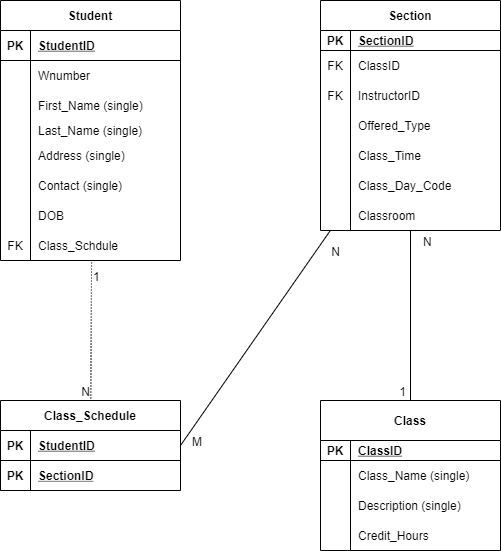
Before: Mod3/A3_alex_field_phy_des.png, a diagram exported from draw.io (alexfield55/cs3550). Source tidied: cells renumbered, new cells last; positions are measured from the earlier drawing's top-left corner, leaving out a move shared by most shapes.
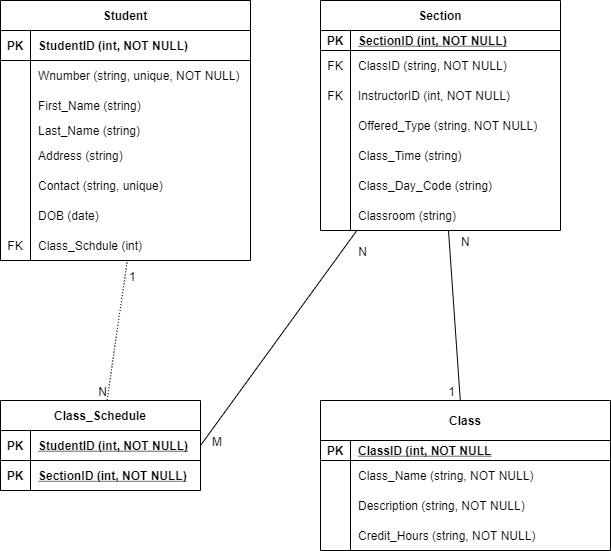
After the change.

The edit, as a diff of the source:
```diff
@@ -3,205 +3,205 @@
     <mxCell id="0" />
     <mxCell id="1" parent="0" />
     <mxCell id="2" value="Student" style="shape=table;startSize=30;rowLines=0;fontStyle=1;align=center;" parent="1" vertex="1">
-      <mxGeometry width="180" height="260" as="geometry" />
+      <mxGeometry width="250" height="260" as="geometry" />
     </mxCell>
     <mxCell id="3" style="shape=partialRectangle;fillColor=none;top=0;left=0;bottom=1;right=0;" parent="2" vertex="1">
-      <mxGeometry y="30" width="180" height="30" as="geometry" />
+      <mxGeometry y="30" width="250" height="30" as="geometry" />
     </mxCell>
     <mxCell id="4" value="PK" style="shape=partialRectangle;fillColor=none;top=0;left=0;bottom=0;right=0;fontStyle=1;overflow=hidden;" parent="3" vertex="1">
       <mxGeometry width="30" height="30" as="geometry" />
     </mxCell>
-    <mxCell id="5" value="StudentID" style="shape=partialRectangle;fillColor=none;top=0;left=0;bottom=0;right=0;align=left;spacingLeft=6;fontStyle=5;overflow=hidden;" parent="3" vertex="1">
-      <mxGeometry x="30" width="150" height="30" as="geometry" />
+    <mxCell id="5" value="StudentID (int, NOT NULL)" style="shape=partialRectangle;fillColor=none;top=0;left=0;bottom=0;right=0;align=left;spacingLeft=6;fontStyle=1;overflow=hidden;" parent="3" vertex="1">
+      <mxGeometry x="30" width="220" height="30" as="geometry" />
     </mxCell>
     <mxCell id="6" style="shape=partialRectangle;fillColor=none;top=0;left=0;bottom=0;right=0;" parent="2" vertex="1">
-      <mxGeometry y="60" width="180" height="30" as="geometry" />
+      <mxGeometry y="60" width="250" height="30" as="geometry" />
     </mxCell>
     <mxCell id="7" style="shape=partialRectangle;fillColor=none;top=0;left=0;bottom=0;right=0;overflow=hidden;" parent="6" vertex="1">
       <mxGeometry width="30" height="30" as="geometry" />
     </mxCell>
-    <mxCell id="8" value="Wnumber" style="shape=partialRectangle;fillColor=none;top=0;left=0;bottom=0;right=0;align=left;spacingLeft=6;overflow=hidden;" parent="6" vertex="1">
-      <mxGeometry x="30" width="150" height="30" as="geometry" />
+    <mxCell id="8" value="Wnumber (string, unique, NOT NULL)" style="shape=partialRectangle;fillColor=none;top=0;left=0;bottom=0;right=0;align=left;spacingLeft=6;overflow=hidden;" parent="6" vertex="1">
+      <mxGeometry x="30" width="220" height="30" as="geometry" />
     </mxCell>
     <mxCell id="9" style="shape=partialRectangle;fillColor=none;top=0;left=0;bottom=0;right=0;" parent="2" vertex="1">
-      <mxGeometry y="90" width="180" height="30" as="geometry" />
+      <mxGeometry y="90" width="250" height="30" as="geometry" />
     </mxCell>
     <mxCell id="10" style="shape=partialRectangle;fillColor=none;top=0;left=0;bottom=0;right=0;overflow=hidden;" parent="9" vertex="1">
       <mxGeometry width="30" height="30" as="geometry" />
     </mxCell>
-    <mxCell id="11" value="First_Name (single)" style="shape=partialRectangle;fillColor=none;top=0;left=0;bottom=0;right=0;align=left;spacingLeft=6;overflow=hidden;" parent="9" vertex="1">
-      <mxGeometry x="30" width="150" height="30" as="geometry" />
+    <mxCell id="11" value="First_Name (string)" style="shape=partialRectangle;fillColor=none;top=0;left=0;bottom=0;right=0;align=left;spacingLeft=6;overflow=hidden;" parent="9" vertex="1">
+      <mxGeometry x="30" width="220" height="30" as="geometry" />
     </mxCell>
     <mxCell id="12" style="shape=partialRectangle;fillColor=none;top=0;left=0;bottom=0;right=0;" parent="2" vertex="1">
-      <mxGeometry y="120" width="180" height="20" as="geometry" />
+      <mxGeometry y="120" width="250" height="20" as="geometry" />
     </mxCell>
     <mxCell id="13" style="shape=partialRectangle;fillColor=none;top=0;left=0;bottom=0;right=0;overflow=hidden;" parent="12" vertex="1">
       <mxGeometry width="30" height="20" as="geometry" />
     </mxCell>
-    <mxCell id="14" value="Last_Name (single)" style="shape=partialRectangle;fillColor=none;top=0;left=0;bottom=0;right=0;align=left;spacingLeft=6;overflow=hidden;" parent="12" vertex="1">
-      <mxGeometry x="30" width="150" height="20" as="geometry" />
+    <mxCell id="14" value="Last_Name (string)" style="shape=partialRectangle;fillColor=none;top=0;left=0;bottom=0;right=0;align=left;spacingLeft=6;overflow=hidden;" parent="12" vertex="1">
+      <mxGeometry x="30" width="220" height="20" as="geometry" />
     </mxCell>
     <mxCell id="15" style="shape=partialRectangle;fillColor=none;top=0;left=0;bottom=0;right=0;" parent="2" vertex="1">
-      <mxGeometry y="140" width="180" height="30" as="geometry" />
+      <mxGeometry y="140" width="250" height="30" as="geometry" />
     </mxCell>
     <mxCell id="16" style="shape=partialRectangle;fillColor=none;top=0;left=0;bottom=0;right=0;overflow=hidden;" parent="15" vertex="1">
       <mxGeometry width="30" height="30" as="geometry" />
     </mxCell>
-    <mxCell id="17" value="Address (single)" style="shape=partialRectangle;fillColor=none;top=0;left=0;bottom=0;right=0;align=left;spacingLeft=6;overflow=hidden;" parent="15" vertex="1">
-      <mxGeometry x="30" width="150" height="30" as="geometry" />
+    <mxCell id="17" value="Address (string)" style="shape=partialRectangle;fillColor=none;top=0;left=0;bottom=0;right=0;align=left;spacingLeft=6;overflow=hidden;" parent="15" vertex="1">
+      <mxGeometry x="30" width="220" height="30" as="geometry" />
     </mxCell>
     <mxCell id="18" style="shape=partialRectangle;fillColor=none;top=0;left=0;bottom=0;right=0;" parent="2" vertex="1">
-      <mxGeometry y="170" width="180" height="30" as="geometry" />
+      <mxGeometry y="170" width="250" height="30" as="geometry" />
     </mxCell>
     <mxCell id="19" style="shape=partialRectangle;fillColor=none;top=0;left=0;bottom=0;right=0;overflow=hidden;" parent="18" vertex="1">
       <mxGeometry width="30" height="30" as="geometry" />
     </mxCell>
-    <mxCell id="20" value="Contact (single)" style="shape=partialRectangle;fillColor=none;top=0;left=0;bottom=0;right=0;align=left;spacingLeft=6;overflow=hidden;" parent="18" vertex="1">
-      <mxGeometry x="30" width="150" height="30" as="geometry" />
+    <mxCell id="20" value="Contact (string, unique)" style="shape=partialRectangle;fillColor=none;top=0;left=0;bottom=0;right=0;align=left;spacingLeft=6;overflow=hidden;" parent="18" vertex="1">
+      <mxGeometry x="30" width="220" height="30" as="geometry" />
     </mxCell>
     <mxCell id="21" style="shape=partialRectangle;fillColor=none;top=0;left=0;bottom=0;right=0;" parent="2" vertex="1">
-      <mxGeometry y="200" width="180" height="30" as="geometry" />
+      <mxGeometry y="200" width="250" height="30" as="geometry" />
     </mxCell>
     <mxCell id="22" style="shape=partialRectangle;fillColor=none;top=0;left=0;bottom=0;right=0;overflow=hidden;" parent="21" vertex="1">
       <mxGeometry width="30" height="30" as="geometry" />
     </mxCell>
-    <mxCell id="23" value="DOB" style="shape=partialRectangle;fillColor=none;top=0;left=0;bottom=0;right=0;align=left;spacingLeft=6;overflow=hidden;" parent="21" vertex="1">
-      <mxGeometry x="30" width="150" height="30" as="geometry" />
+    <mxCell id="23" value="DOB (date)" style="shape=partialRectangle;fillColor=none;top=0;left=0;bottom=0;right=0;align=left;spacingLeft=6;overflow=hidden;" parent="21" vertex="1">
+      <mxGeometry x="30" width="220" height="30" as="geometry" />
     </mxCell>
     <mxCell id="24" style="shape=partialRectangle;fillColor=none;top=0;left=0;bottom=0;right=0;points=[[0,0.5],[1,0.5]];portConstraint=eastwest;" parent="2" vertex="1">
-      <mxGeometry y="230" width="180" height="30" as="geometry" />
+      <mxGeometry y="230" width="250" height="30" as="geometry" />
     </mxCell>
     <mxCell id="25" value="FK" style="shape=partialRectangle;fillColor=none;top=0;left=0;bottom=0;right=0;fontStyle=0;overflow=hidden;" parent="24" vertex="1">
       <mxGeometry width="30" height="30" as="geometry" />
     </mxCell>
-    <mxCell id="26" value="Class_Schdule" style="shape=partialRectangle;fillColor=none;top=0;left=0;bottom=0;right=0;align=left;spacingLeft=6;fontStyle=0;overflow=hidden;" parent="24" vertex="1">
-      <mxGeometry x="30" width="150" height="30" as="geometry" />
+    <mxCell id="26" value="Class_Schdule (int)" style="shape=partialRectangle;fillColor=none;top=0;left=0;bottom=0;right=0;align=left;spacingLeft=6;fontStyle=0;overflow=hidden;" parent="24" vertex="1">
+      <mxGeometry x="30" width="220" height="30" as="geometry" />
     </mxCell>
     <mxCell id="27" value="Class" style="shape=table;startSize=40;rowLines=0;fontStyle=1;align=center;" parent="1" vertex="1">
-      <mxGeometry x="320" y="400" width="180" height="150" as="geometry" />
+      <mxGeometry x="320" y="400" width="290" height="150" as="geometry" />
     </mxCell>
     <mxCell id="28" style="shape=partialRectangle;fillColor=none;top=0;left=0;bottom=1;right=0;" parent="27" vertex="1">
-      <mxGeometry y="40" width="180" height="20" as="geometry" />
+      <mxGeometry y="40" width="290" height="20" as="geometry" />
     </mxCell>
     <mxCell id="29" value="PK" style="shape=partialRectangle;fillColor=none;top=0;left=0;bottom=0;right=0;fontStyle=1;overflow=hidden;" parent="28" vertex="1">
       <mxGeometry width="30" height="20" as="geometry" />
     </mxCell>
-    <mxCell id="30" value="ClassID" style="shape=partialRectangle;fillColor=none;top=0;left=0;bottom=0;right=0;align=left;spacingLeft=6;fontStyle=5;overflow=hidden;" parent="28" vertex="1">
-      <mxGeometry x="30" width="150" height="20" as="geometry" />
+    <mxCell id="30" value="ClassID (int, NOT NULL" style="shape=partialRectangle;fillColor=none;top=0;left=0;bottom=0;right=0;align=left;spacingLeft=6;fontStyle=5;overflow=hidden;" parent="28" vertex="1">
+      <mxGeometry x="30" width="260" height="20" as="geometry" />
     </mxCell>
     <mxCell id="31" style="shape=partialRectangle;fillColor=none;top=0;left=0;bottom=0;right=0;" parent="27" vertex="1">
-      <mxGeometry y="60" width="180" height="30" as="geometry" />
+      <mxGeometry y="60" width="290" height="30" as="geometry" />
     </mxCell>
     <mxCell id="32" style="shape=partialRectangle;fillColor=none;top=0;left=0;bottom=0;right=0;overflow=hidden;" parent="31" vertex="1">
       <mxGeometry width="30" height="30" as="geometry" />
     </mxCell>
-    <mxCell id="33" value="Class_Name (single)" style="shape=partialRectangle;fillColor=none;top=0;left=0;bottom=0;right=0;align=left;spacingLeft=6;overflow=hidden;" parent="31" vertex="1">
-      <mxGeometry x="30" width="150" height="30" as="geometry" />
+    <mxCell id="33" value="Class_Name (string, NOT NULL)" style="shape=partialRectangle;fillColor=none;top=0;left=0;bottom=0;right=0;align=left;spacingLeft=6;overflow=hidden;" parent="31" vertex="1">
+      <mxGeometry x="30" width="260" height="30" as="geometry" />
     </mxCell>
     <mxCell id="34" style="shape=partialRectangle;fillColor=none;top=0;left=0;bottom=0;right=0;" parent="27" vertex="1">
-      <mxGeometry y="90" width="180" height="30" as="geometry" />
+      <mxGeometry y="90" width="290" height="30" as="geometry" />
     </mxCell>
     <mxCell id="35" style="shape=partialRectangle;fillColor=none;top=0;left=0;bottom=0;right=0;overflow=hidden;" parent="34" vertex="1">
       <mxGeometry width="30" height="30" as="geometry" />
     </mxCell>
-    <mxCell id="36" value="Description (single)" style="shape=partialRectangle;fillColor=none;top=0;left=0;bottom=0;right=0;align=left;spacingLeft=6;overflow=hidden;" parent="34" vertex="1">
-      <mxGeometry x="30" width="150" height="30" as="geometry" />
+    <mxCell id="36" value="Description (string, NOT NULL)" style="shape=partialRectangle;fillColor=none;top=0;left=0;bottom=0;right=0;align=left;spacingLeft=6;overflow=hidden;" parent="34" vertex="1">
+      <mxGeometry x="30" width="260" height="30" as="geometry" />
     </mxCell>
     <mxCell id="37" style="shape=partialRectangle;fillColor=none;top=0;left=0;bottom=0;right=0;" parent="27" vertex="1">
-      <mxGeometry y="120" width="180" height="30" as="geometry" />
+      <mxGeometry y="120" width="290" height="30" as="geometry" />
     </mxCell>
     <mxCell id="38" style="shape=partialRectangle;fillColor=none;top=0;left=0;bottom=0;right=0;overflow=hidden;" parent="37" vertex="1">
       <mxGeometry width="30" height="30" as="geometry" />
     </mxCell>
-    <mxCell id="39" value="Credit_Hours" style="shape=partialRectangle;fillColor=none;top=0;left=0;bottom=0;right=0;align=left;spacingLeft=6;overflow=hidden;" parent="37" vertex="1">
-      <mxGeometry x="30" width="150" height="30" as="geometry" />
+    <mxCell id="39" value="Credit_Hours (string, NOT NULL)" style="shape=partialRectangle;fillColor=none;top=0;left=0;bottom=0;right=0;align=left;spacingLeft=6;overflow=hidden;" parent="37" vertex="1">
+      <mxGeometry x="30" width="260" height="30" as="geometry" />
     </mxCell>
     <mxCell id="40" value="Section" style="shape=table;startSize=30;rowLines=0;fontStyle=1;align=center;" parent="1" vertex="1">
-      <mxGeometry x="320" width="180" height="230" as="geometry" />
+      <mxGeometry x="320" width="240" height="230" as="geometry" />
     </mxCell>
     <mxCell id="41" style="shape=partialRectangle;fillColor=none;top=0;left=0;bottom=1;right=0;" parent="40" vertex="1">
-      <mxGeometry y="30" width="180" height="20" as="geometry" />
+      <mxGeometry y="30" width="240" height="20" as="geometry" />
     </mxCell>
     <mxCell id="42" value="PK" style="shape=partialRectangle;fillColor=none;top=0;left=0;bottom=0;right=0;fontStyle=1;overflow=hidden;" parent="41" vertex="1">
       <mxGeometry width="30" height="20" as="geometry" />
     </mxCell>
-    <mxCell id="43" value="SectionID" style="shape=partialRectangle;fillColor=none;top=0;left=0;bottom=0;right=0;align=left;spacingLeft=6;fontStyle=5;overflow=hidden;" parent="41" vertex="1">
-      <mxGeometry x="30" width="150" height="20" as="geometry" />
+    <mxCell id="43" value="SectionID (int, NOT NULL)" style="shape=partialRectangle;fillColor=none;top=0;left=0;bottom=0;right=0;align=left;spacingLeft=6;fontStyle=5;overflow=hidden;" parent="41" vertex="1">
+      <mxGeometry x="30" width="210" height="20" as="geometry" />
     </mxCell>
     <mxCell id="44" style="shape=partialRectangle;fillColor=none;top=0;left=0;bottom=0;right=0;" parent="40" vertex="1">
-      <mxGeometry y="50" width="180" height="30" as="geometry" />
+      <mxGeometry y="50" width="240" height="30" as="geometry" />
     </mxCell>
     <mxCell id="45" value="FK" style="shape=partialRectangle;fillColor=none;top=0;left=0;bottom=0;right=0;fontStyle=0;overflow=hidden;" parent="44" vertex="1">
       <mxGeometry width="30" height="30" as="geometry" />
     </mxCell>
-    <mxCell id="46" value="ClassID" style="shape=partialRectangle;fillColor=none;top=0;left=0;bottom=0;right=0;align=left;spacingLeft=6;fontStyle=0;overflow=hidden;" parent="44" vertex="1">
-      <mxGeometry x="30" width="150" height="30" as="geometry" />
+    <mxCell id="46" value="ClassID (string, NOT NULL)" style="shape=partialRectangle;fillColor=none;top=0;left=0;bottom=0;right=0;align=left;spacingLeft=6;fontStyle=0;overflow=hidden;" parent="44" vertex="1">
+      <mxGeometry x="30" width="210" height="30" as="geometry" />
     </mxCell>
     <mxCell id="47" style="shape=partialRectangle;fillColor=none;top=0;left=0;bottom=0;right=0;" parent="40" vertex="1">
-      <mxGeometry y="80" width="180" height="30" as="geometry" />
+      <mxGeometry y="80" width="240" height="30" as="geometry" />
     </mxCell>
     <mxCell id="48" value="FK" style="shape=partialRectangle;fillColor=none;top=0;left=0;bottom=0;right=0;fontStyle=0;overflow=hidden;" parent="47" vertex="1">
       <mxGeometry width="30" height="30" as="geometry" />
     </mxCell>
-    <mxCell id="49" value="InstructorID" style="shape=partialRectangle;fillColor=none;top=0;left=0;bottom=0;right=0;align=left;spacingLeft=6;fontStyle=0;overflow=hidden;" parent="47" vertex="1">
-      <mxGeometry x="30" width="150" height="30" as="geometry" />
+    <mxCell id="49" value="InstructorID (int, NOT NULL)" style="shape=partialRectangle;fillColor=none;top=0;left=0;bottom=0;right=0;align=left;spacingLeft=6;fontStyle=0;overflow=hidden;" parent="47" vertex="1">
+      <mxGeometry x="30" width="210" height="30" as="geometry" />
     </mxCell>
     <mxCell id="50" style="shape=partialRectangle;fillColor=none;top=0;left=0;bottom=0;right=0;" parent="40" vertex="1">
-      <mxGeometry y="110" width="180" height="30" as="geometry" />
+      <mxGeometry y="110" width="240" height="30" as="geometry" />
     </mxCell>
     <mxCell id="51" style="shape=partialRectangle;fillColor=none;top=0;left=0;bottom=0;right=0;overflow=hidden;" parent="50" vertex="1">
       <mxGeometry width="30" height="30" as="geometry" />
     </mxCell>
-    <mxCell id="52" value="Offered_Type" style="shape=partialRectangle;fillColor=none;top=0;left=0;bottom=0;right=0;align=left;spacingLeft=6;overflow=hidden;" parent="50" vertex="1">
-      <mxGeometry x="30" width="150" height="30" as="geometry" />
+    <mxCell id="52" value="Offered_Type (string, NOT NULL)" style="shape=partialRectangle;fillColor=none;top=0;left=0;bottom=0;right=0;align=left;spacingLeft=6;overflow=hidden;" parent="50" vertex="1">
+      <mxGeometry x="30" width="210" height="30" as="geometry" />
     </mxCell>
     <mxCell id="53" style="shape=partialRectangle;fillColor=none;top=0;left=0;bottom=0;right=0;" parent="40" vertex="1">
-      <mxGeometry y="140" width="180" height="30" as="geometry" />
+      <mxGeometry y="140" width="240" height="30" as="geometry" />
     </mxCell>
     <mxCell id="54" style="shape=partialRectangle;fillColor=none;top=0;left=0;bottom=0;right=0;overflow=hidden;" parent="53" vertex="1">
       <mxGeometry width="30" height="30" as="geometry" />
     </mxCell>
-    <mxCell id="55" value="Class_Time" style="shape=partialRectangle;fillColor=none;top=0;left=0;bottom=0;right=0;align=left;spacingLeft=6;overflow=hidden;" parent="53" vertex="1">
-      <mxGeometry x="30" width="150" height="30" as="geometry" />
+    <mxCell id="55" value="Class_Time (string)" style="shape=partialRectangle;fillColor=none;top=0;left=0;bottom=0;right=0;align=left;spacingLeft=6;overflow=hidden;" parent="53" vertex="1">
+      <mxGeometry x="30" width="210" height="30" as="geometry" />
     </mxCell>
     <mxCell id="56" style="shape=partialRectangle;fillColor=none;top=0;left=0;bottom=0;right=0;" parent="40" vertex="1">
-      <mxGeometry y="170" width="180" height="30" as="geometry" />
+      <mxGeometry y="170" width="240" height="30" as="geometry" />
     </mxCell>
     <mxCell id="57" style="shape=partialRectangle;fillColor=none;top=0;left=0;bottom=0;right=0;overflow=hidden;" parent="56" vertex="1">
       <mxGeometry width="30" height="30" as="geometry" />
     </mxCell>
-    <mxCell id="58" value="Class_Day_Code" style="shape=partialRectangle;fillColor=none;top=0;left=0;bottom=0;right=0;align=left;spacingLeft=6;overflow=hidden;" parent="56" vertex="1">
-      <mxGeometry x="30" width="150" height="30" as="geometry" />
+    <mxCell id="58" value="Class_Day_Code (string)" style="shape=partialRectangle;fillColor=none;top=0;left=0;bottom=0;right=0;align=left;spacingLeft=6;overflow=hidden;" parent="56" vertex="1">
+      <mxGeometry x="30" width="210" height="30" as="geometry" />
     </mxCell>
     <mxCell id="59" style="shape=partialRectangle;fillColor=none;top=0;left=0;bottom=0;right=0;" parent="40" vertex="1">
-      <mxGeometry y="200" width="180" height="30" as="geometry" />
+      <mxGeometry y="200" width="240" height="30" as="geometry" />
     </mxCell>
     <mxCell id="60" style="shape=partialRectangle;fillColor=none;top=0;left=0;bottom=0;right=0;overflow=hidden;" parent="59" vertex="1">
       <mxGeometry width="30" height="30" as="geometry" />
     </mxCell>
-    <mxCell id="61" value="Classroom" style="shape=partialRectangle;fillColor=none;top=0;left=0;bottom=0;right=0;align=left;spacingLeft=6;overflow=hidden;" parent="59" vertex="1">
-      <mxGeometry x="30" width="150" height="30" as="geometry" />
+    <mxCell id="61" value="Classroom (string)" style="shape=partialRectangle;fillColor=none;top=0;left=0;bottom=0;right=0;align=left;spacingLeft=6;overflow=hidden;" parent="59" vertex="1">
+      <mxGeometry x="30" width="210" height="30" as="geometry" />
     </mxCell>
     <mxCell id="62" value="Class_Schedule" style="shape=table;startSize=30;rowLines=0;fontStyle=1;align=center;" parent="1" vertex="1">
-      <mxGeometry y="400" width="180" height="90" as="geometry" />
+      <mxGeometry y="400" width="200" height="90" as="geometry" />
     </mxCell>
     <mxCell id="63" style="shape=partialRectangle;fillColor=none;top=0;left=0;bottom=1;right=0;points=[[0,0.5],[1,0.5]];portConstraint=eastwest;" parent="62" vertex="1">
-      <mxGeometry y="30" width="180" height="30" as="geometry" />
+      <mxGeometry y="30" width="200" height="30" as="geometry" />
     </mxCell>
     <mxCell id="64" value="PK" style="shape=partialRectangle;fillColor=none;top=0;left=0;bottom=0;right=0;fontStyle=1;overflow=hidden;" parent="63" vertex="1">
       <mxGeometry width="30" height="30" as="geometry" />
     </mxCell>
-    <mxCell id="65" value="StudentID" style="shape=partialRectangle;fillColor=none;top=0;left=0;bottom=0;right=0;align=left;spacingLeft=6;fontStyle=5;overflow=hidden;" parent="63" vertex="1">
-      <mxGeometry x="30" width="150" height="30" as="geometry" />
+    <mxCell id="65" value="StudentID (int, NOT NULL)" style="shape=partialRectangle;fillColor=none;top=0;left=0;bottom=0;right=0;align=left;spacingLeft=6;fontStyle=5;overflow=hidden;" parent="63" vertex="1">
+      <mxGeometry x="30" width="170" height="30" as="geometry" />
     </mxCell>
     <mxCell id="66" style="shape=partialRectangle;fillColor=none;top=0;left=0;bottom=1;right=0;" parent="62" vertex="1">
-      <mxGeometry y="60" width="180" height="30" as="geometry" />
+      <mxGeometry y="60" width="200" height="30" as="geometry" />
     </mxCell>
     <mxCell id="67" value="PK" style="shape=partialRectangle;fillColor=none;top=0;left=0;bottom=0;right=0;fontStyle=1;overflow=hidden;" parent="66" vertex="1">
       <mxGeometry width="30" height="30" as="geometry" />
     </mxCell>
-    <mxCell id="68" value="SectionID" style="shape=partialRectangle;fillColor=none;top=0;left=0;bottom=0;right=0;align=left;spacingLeft=6;fontStyle=5;overflow=hidden;" parent="66" vertex="1">
-      <mxGeometry x="30" width="150" height="30" as="geometry" />
+    <mxCell id="68" value="SectionID (int, NOT NULL)" style="shape=partialRectangle;fillColor=none;top=0;left=0;bottom=0;right=0;align=left;spacingLeft=6;fontStyle=5;overflow=hidden;" parent="66" vertex="1">
+      <mxGeometry x="30" width="170" height="30" as="geometry" />
     </mxCell>
     <mxCell id="69" style="endArrow=none;html=1;rounded=0;exitX=1;exitY=0.5;exitDx=0;exitDy=0;" parent="1" edge="1" source="63" target="40">
       <mxGeometry relative="1" as="geometry" />
```
